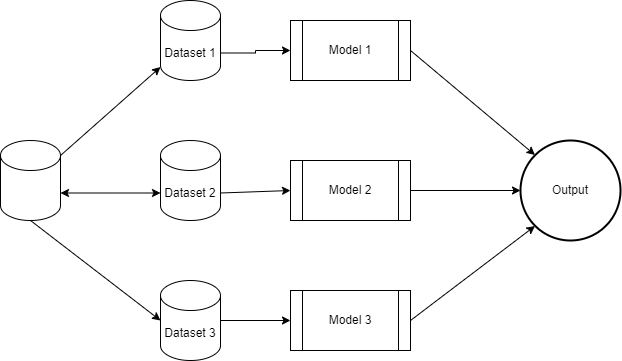
Before: Untitled Diagram.drawio.png, a diagram exported from draw.io (banerjind/Data-Science-Analytics-Project). Source tidied: cells renumbered, new cells last; positions are measured from the earlier drawing's top-left corner, leaving out a move shared by most shapes.
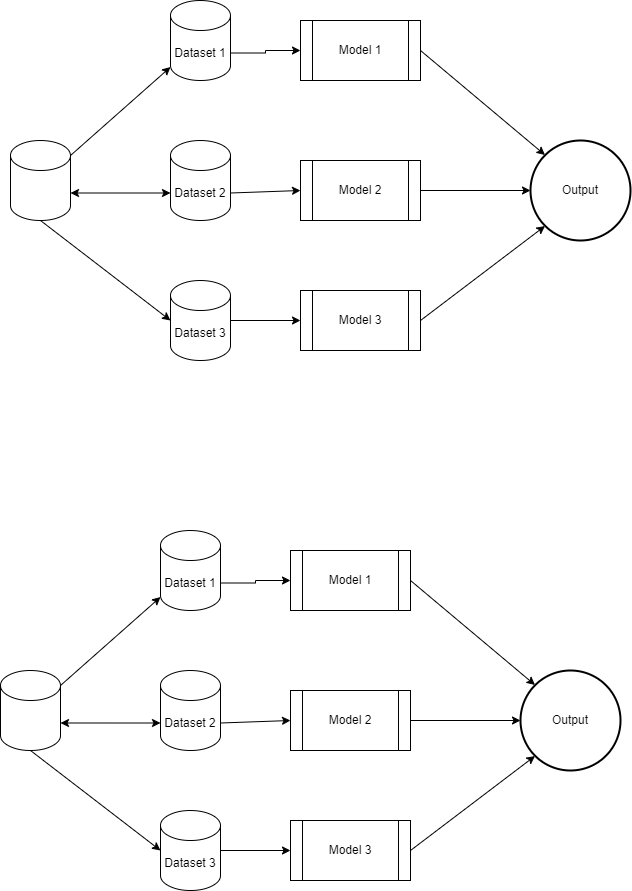
After the change.

Commit message:
Bagging vs Boosting

Diff of the diagram source:
```diff
@@ -53,5 +53,56 @@
     <mxCell id="18" style="endArrow=classic;html=1;rounded=0;exitX=1;exitY=0.5;exitDx=0;exitDy=0;exitPerimeter=0;entryX=0;entryY=0.5;entryDx=0;entryDy=0;" parent="1" edge="1" source="5" target="12">
       <mxGeometry relative="1" as="geometry" />
     </mxCell>
+    <mxCell id="19" style="edgeStyle=orthogonalEdgeStyle;rounded=0;jettySize=auto;html=1;exitX=1;exitY=0;exitDx=0;exitDy=52.5;exitPerimeter=0;" parent="1" edge="1" source="20" target="27">
+      <mxGeometry relative="1" as="geometry" />
+    </mxCell>
+    <mxCell id="20" value="Dataset 1" style="shape=cylinder3;whiteSpace=wrap;html=1;boundedLbl=1;backgroundOutline=1;size=15;" parent="1" vertex="1">
+      <mxGeometry x="150" y="530" width="60" height="80" as="geometry" />
+    </mxCell>
+    <mxCell id="21" value="Dataset 2" style="shape=cylinder3;whiteSpace=wrap;html=1;boundedLbl=1;backgroundOutline=1;size=15;" parent="1" vertex="1">
+      <mxGeometry x="150" y="670" width="60" height="80" as="geometry" />
+    </mxCell>
+    <mxCell id="22" value="Dataset 3" style="shape=cylinder3;whiteSpace=wrap;html=1;boundedLbl=1;backgroundOutline=1;size=15;" parent="1" vertex="1">
+      <mxGeometry x="150" y="810" width="60" height="80" as="geometry" />
+    </mxCell>
+    <mxCell id="23" style="shape=cylinder3;whiteSpace=wrap;html=1;boundedLbl=1;backgroundOutline=1;size=15;" parent="1" vertex="1">
+      <mxGeometry x="-10" y="670" width="60" height="80" as="geometry" />
+    </mxCell>
+    <mxCell id="24" style="endArrow=classic;html=1;rounded=0;exitX=1;exitY=0;exitDx=0;exitDy=15;exitPerimeter=0;" parent="1" edge="1" source="23" target="20">
+      <mxGeometry relative="1" as="geometry" />
+    </mxCell>
+    <mxCell id="25" style="endArrow=classic;startArrow=classic;html=1;rounded=0;exitX=1;exitY=0;exitDx=0;exitDy=52.5;exitPerimeter=0;entryX=0;entryY=0;entryDx=0;entryDy=52.5;entryPerimeter=0;" parent="1" edge="1" source="23" target="21">
+      <mxGeometry relative="1" as="geometry" />
+    </mxCell>
+    <mxCell id="26" style="endArrow=classic;html=1;rounded=0;exitX=0.5;exitY=1;exitDx=0;exitDy=0;exitPerimeter=0;entryX=0;entryY=0.5;entryDx=0;entryDy=0;entryPerimeter=0;" parent="1" edge="1" source="23" target="22">
+      <mxGeometry relative="1" as="geometry" />
+    </mxCell>
+    <mxCell id="27" value="Model 1" style="shape=process;whiteSpace=wrap;html=1;backgroundOutline=1;" parent="1" vertex="1">
+      <mxGeometry x="280" y="550" width="120" height="60" as="geometry" />
+    </mxCell>
+    <mxCell id="28" value="Model 2" style="shape=process;whiteSpace=wrap;html=1;backgroundOutline=1;" parent="1" vertex="1">
+      <mxGeometry x="280" y="690" width="120" height="60" as="geometry" />
+    </mxCell>
+    <mxCell id="29" value="Model 3" style="shape=process;whiteSpace=wrap;html=1;backgroundOutline=1;" parent="1" vertex="1">
+      <mxGeometry x="280" y="820" width="120" height="60" as="geometry" />
+    </mxCell>
+    <mxCell id="30" value="Output" style="strokeWidth=2;html=1;shape=mxgraph.flowchart.start_2;whiteSpace=wrap;" parent="1" vertex="1">
+      <mxGeometry x="510" y="670" width="100" height="100" as="geometry" />
+    </mxCell>
+    <mxCell id="31" style="endArrow=classic;html=1;rounded=0;exitX=1;exitY=0.5;exitDx=0;exitDy=0;entryX=0.145;entryY=0.145;entryDx=0;entryDy=0;entryPerimeter=0;" parent="1" edge="1" source="27" target="30">
+      <mxGeometry relative="1" as="geometry" />
+    </mxCell>
+    <mxCell id="32" style="endArrow=classic;html=1;rounded=0;exitX=1;exitY=0.5;exitDx=0;exitDy=0;entryX=0;entryY=0.5;entryDx=0;entryDy=0;entryPerimeter=0;" parent="1" edge="1" source="28" target="30">
+      <mxGeometry relative="1" as="geometry" />
+    </mxCell>
+    <mxCell id="33" style="endArrow=classic;html=1;rounded=0;exitX=1;exitY=0.5;exitDx=0;exitDy=0;entryX=0.145;entryY=0.855;entryDx=0;entryDy=0;entryPerimeter=0;" parent="1" edge="1" source="29" target="30">
+      <mxGeometry relative="1" as="geometry" />
+    </mxCell>
+    <mxCell id="34" style="endArrow=classic;html=1;rounded=0;entryX=0;entryY=0.5;entryDx=0;entryDy=0;exitX=1;exitY=0;exitDx=0;exitDy=52.5;exitPerimeter=0;" parent="1" edge="1" source="21" target="28">
+      <mxGeometry relative="1" as="geometry" />
+    </mxCell>
+    <mxCell id="35" style="endArrow=classic;html=1;rounded=0;exitX=1;exitY=0.5;exitDx=0;exitDy=0;exitPerimeter=0;entryX=0;entryY=0.5;entryDx=0;entryDy=0;" parent="1" edge="1" source="22" target="29">
+      <mxGeometry relative="1" as="geometry" />
+    </mxCell>
   </root>
 </mxGraphModel>
```
